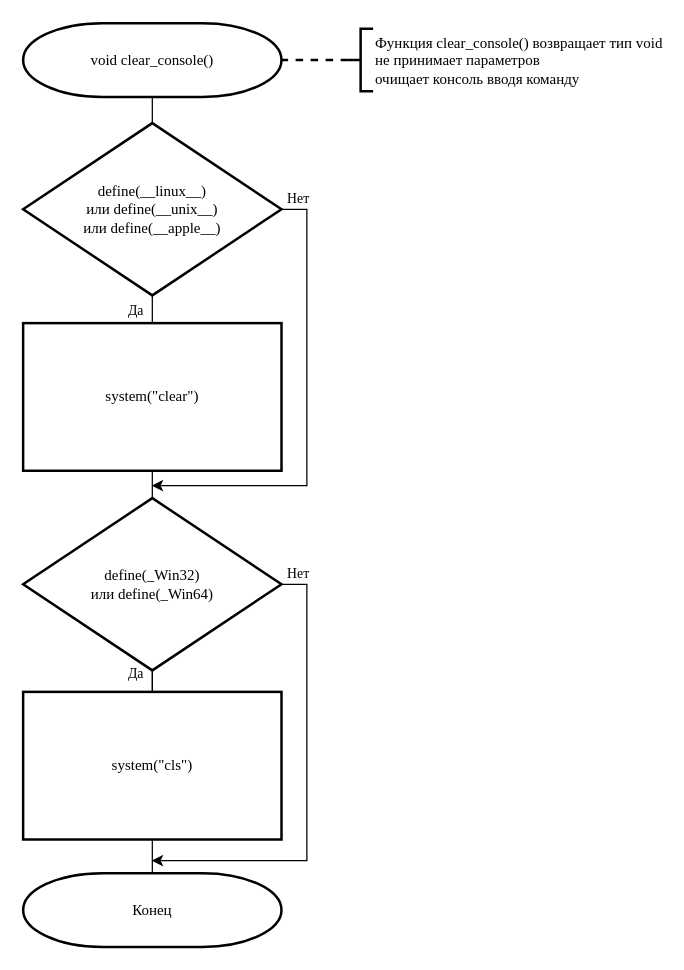
Above: labs/11/13/src/my_libs/clearConsole/clearConsole.drawio in bstu-ps4/bstu-oaip (draw.io), before the change. Source tidied: cells renumbered, new cells numbered last; positions are measured from the earlier drawing's top-left corner, leaving out a move shared by most shapes. Both pictures are drawn from the tidied source at 125%, with x=0, y=0 at pixel (22, 22).
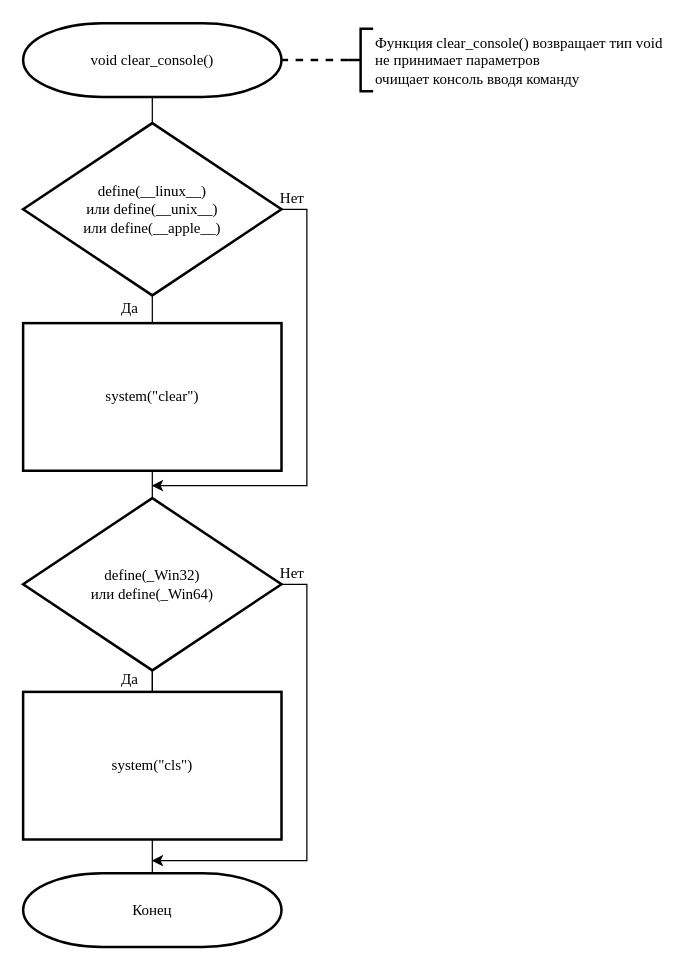
Above is the later version.

The change refers to these unchanged cells:
```xml
<mxCell id="6" value="define(__linux__)&lt;br&gt;или define(__unix__)&lt;br&gt;или define(__apple__)" style="strokeWidth=2;html=1;shape=mxgraph.flowchart.decision;whiteSpace=wrap;fontFamily=Times New Roman;" parent="1" vertex="1">
  <mxGeometry y="80" width="206.7" height="137.8" as="geometry" />
</mxCell>
<mxCell id="10" value="&lt;font face=&quot;Times New Roman&quot;&gt;define(_Win32)&lt;br&gt;или define(_Win64)&lt;/font&gt;" style="strokeWidth=2;html=1;shape=mxgraph.flowchart.decision;whiteSpace=wrap;" parent="1" vertex="1">
  <mxGeometry y="380" width="206.7" height="137.8" as="geometry" />
</mxCell>
<mxCell id="12" value="&lt;font face=&quot;Times New Roman&quot;&gt;system(&quot;clear&quot;)&lt;/font&gt;" style="rounded=0;whiteSpace=wrap;html=1;absoluteArcSize=1;arcSize=14;strokeWidth=2;" parent="1" vertex="1">
  <mxGeometry y="240" width="206.7" height="118.1" as="geometry" />
</mxCell>
<mxCell id="14" value="&lt;font face=&quot;Times New Roman&quot;&gt;system(&quot;cls&quot;)&lt;/font&gt;" style="rounded=0;whiteSpace=wrap;html=1;absoluteArcSize=1;arcSize=14;strokeWidth=2;" parent="1" vertex="1">
  <mxGeometry y="535" width="206.7" height="118.1" as="geometry" />
</mxCell>
```

What changed in the source:
```diff
@@
-    <mxCell id="4" value="Да" style="edgeStyle=orthogonalEdgeStyle;rounded=0;jettySize=auto;html=1;exitX=0.5;exitY=1;exitDx=0;exitDy=0;exitPerimeter=0;entryX=0.5;entryY=0;entryDx=0;entryDy=0;endArrow=none;endFill=0;fontFamily=Times New Roman;" parent="1" edge="1" source="6" target="12">
+    <mxCell id="4" style="edgeStyle=orthogonalEdgeStyle;rounded=0;jettySize=auto;html=1;exitX=0.5;exitY=1;exitDx=0;exitDy=0;exitPerimeter=0;entryX=0.5;entryY=0;entryDx=0;entryDy=0;endArrow=none;endFill=0;fontFamily=Times New Roman;" parent="1" edge="1" source="6" target="12">
       <mxGeometry x="0.1" y="-13" relative="1" as="geometry" />
     </mxCell>
-    <mxCell id="5" value="Нет" style="edgeStyle=orthogonalEdgeStyle;rounded=0;jettySize=auto;html=1;exitX=1;exitY=0.5;exitDx=0;exitDy=0;exitPerimeter=0;endArrow=classic;endFill=1;fontFamily=Times New Roman;" parent="1" edge="1" source="6">
-      <mxGeometry x="-0.93" y="9" relative="1" as="geometry">
+    <mxCell id="5" style="edgeStyle=orthogonalEdgeStyle;rounded=0;jettySize=auto;html=1;exitX=1;exitY=0.5;exitDx=0;exitDy=0;exitPerimeter=0;endArrow=classic;endFill=1;fontFamily=Times New Roman;" parent="1" edge="1" source="6">
+      <mxGeometry x="-0.89" y="25" relative="1" as="geometry">
         <mxPoint x="103" y="370" as="targetPoint" />
         <Array as="points">
           <mxPoint x="227" y="149" />
           <mxPoint x="227" y="370" />
         </Array>
+        <mxPoint x="-2" y="-9" as="offset" />
       </mxGeometry>
     </mxCell>
@@
-    <mxCell id="8" value="Нет" style="edgeStyle=orthogonalEdgeStyle;rounded=0;jettySize=auto;html=1;exitX=1;exitY=0.5;exitDx=0;exitDy=0;exitPerimeter=0;endArrow=classic;endFill=1;fontFamily=Times New Roman;" parent="1" edge="1" source="10">
+    <mxCell id="8" style="edgeStyle=orthogonalEdgeStyle;rounded=0;jettySize=auto;html=1;exitX=1;exitY=0.5;exitDx=0;exitDy=0;exitPerimeter=0;endArrow=classic;endFill=1;fontFamily=Times New Roman;" parent="1" edge="1" source="10">
       <mxGeometry x="-0.93" y="9" relative="1" as="geometry">
         <mxPoint x="103" y="670" as="targetPoint" />
         <Array as="points">
           <mxPoint x="227" y="449" />
           <mxPoint x="227" y="670" />
         </Array>
       </mxGeometry>
     </mxCell>
-    <mxCell id="9" value="Да" style="edgeStyle=orthogonalEdgeStyle;rounded=0;jettySize=auto;html=1;endArrow=none;endFill=0;fontFamily=Times New Roman;" parent="1" edge="1" source="10" target="14">
+    <mxCell id="9" style="edgeStyle=orthogonalEdgeStyle;rounded=0;jettySize=auto;html=1;endArrow=none;endFill=0;fontFamily=Times New Roman;" parent="1" edge="1" source="10" target="14">
       <mxGeometry x="0.52" y="-13" relative="1" as="geometry" />
     </mxCell>
@@
+    <mxCell id="18" value="Да" style="text;html=1;align=center;verticalAlign=middle;fontFamily=Times New Roman;" parent="1" vertex="1">
+      <mxGeometry x="70" y="217.8" width="30" height="20" as="geometry" />
+    </mxCell>
+    <mxCell id="19" value="Нет" style="text;html=1;align=center;verticalAlign=middle;fontFamily=Times New Roman;" parent="1" vertex="1">
+      <mxGeometry x="200" y="130" width="30" height="20" as="geometry" />
+    </mxCell>
+    <mxCell id="20" value="Нет" style="text;html=1;align=center;verticalAlign=middle;fontFamily=Times New Roman;" parent="1" vertex="1">
+      <mxGeometry x="200" y="430" width="30" height="20" as="geometry" />
+    </mxCell>
+    <mxCell id="21" value="Да" style="text;html=1;align=center;verticalAlign=middle;fontFamily=Times New Roman;" parent="1" vertex="1">
+      <mxGeometry x="70" y="515" width="30" height="20" as="geometry" />
+    </mxCell>
```
